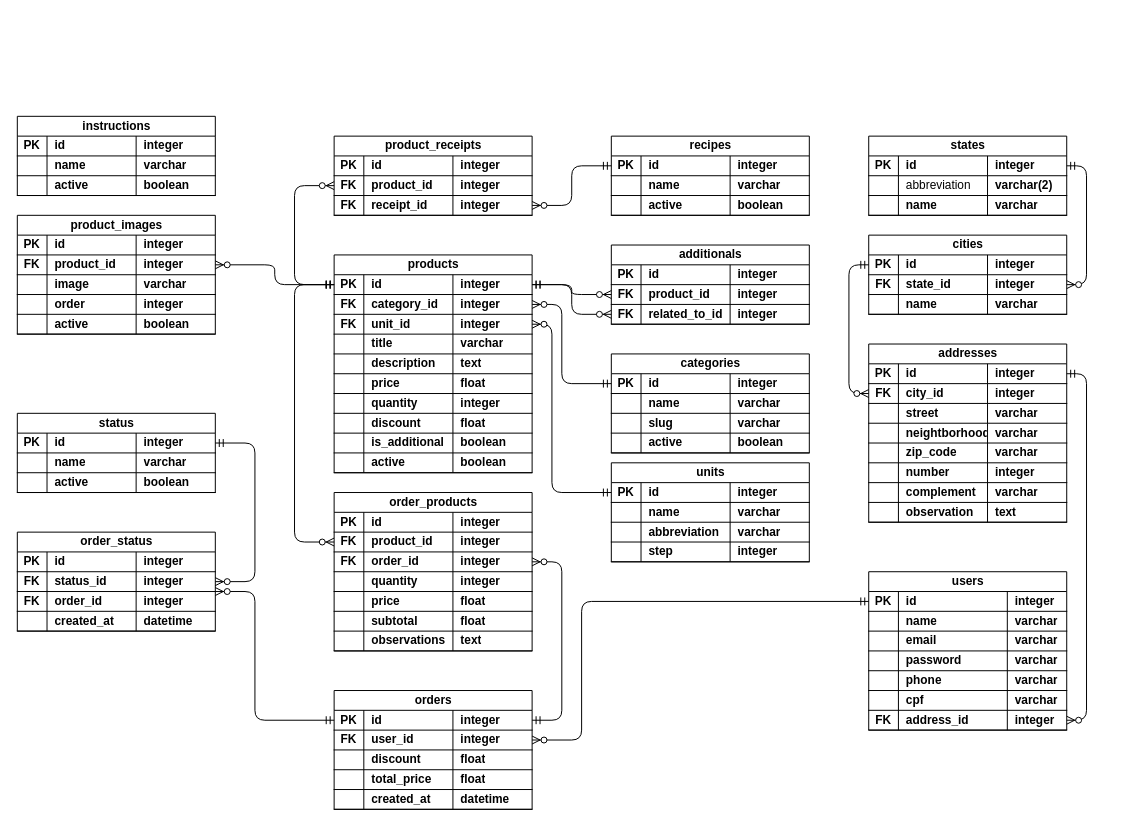
The draw.io diagram database/mer/UML.drawio in univesp-pium/apprestaurantes, before the edit. Source tidied: cells renumbered, new cells numbered last; positions are measured from the earlier drawing's top-left corner, leaving out a move shared by most shapes. Both pictures are drawn from the tidied source at 99%, with x=0, y=0 at pixel (17, 116).
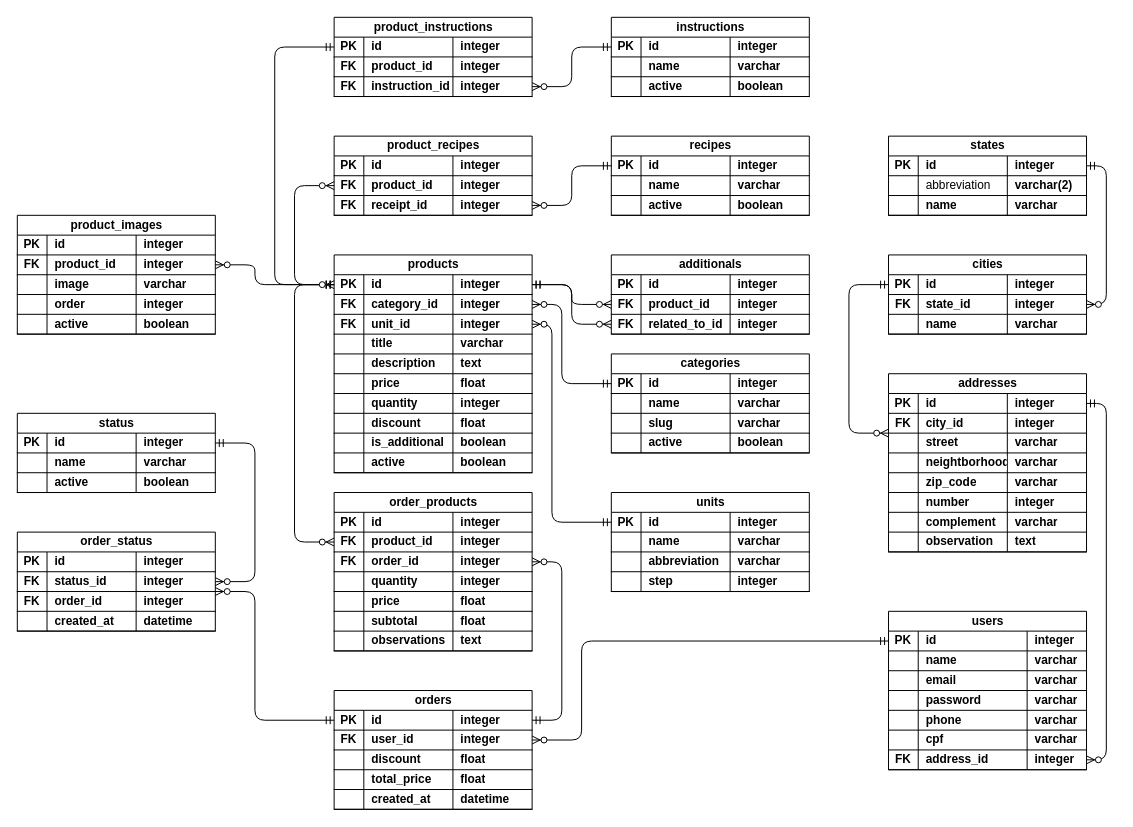
The same diagram, later.

Unchanged cells that the change refers to:
```xml
<mxCell id="27" style="shape=tableRow;horizontal=0;startSize=0;swimlaneHead=0;swimlaneBody=0;fillColor=none;points=[[0,0.5],[1,0.5]];portConstraint=eastwest;top=0;left=0;right=0;bottom=1;" parent="2" vertex="1">
  <mxGeometry y="140" width="200" height="20" as="geometry" />
</mxCell>
<mxCell id="112" style="shape=tableRow;horizontal=0;startSize=0;swimlaneHead=0;swimlaneBody=0;fillColor=none;points=[[0,0.5],[1,0.5]];portConstraint=eastwest;top=0;left=0;right=0;bottom=1;fontFamily=Helvetica;fontSize=12;fontColor=default;labelBackgroundColor=default;" parent="111" vertex="1">
  <mxGeometry y="20" width="200" height="20" as="geometry" />
</mxCell>
<mxCell id="174" style="shape=tableRow;horizontal=0;startSize=0;swimlaneHead=0;swimlaneBody=0;fillColor=none;points=[[0,0.5],[1,0.5]];portConstraint=eastwest;top=0;left=0;right=0;bottom=1;fontFamily=Helvetica;fontSize=12;fontColor=default;labelBackgroundColor=default;" parent="169" vertex="1">
  <mxGeometry y="40" width="200" height="20" as="geometry" />
</mxCell>
<mxCell id="191" style="shape=tableRow;horizontal=0;startSize=0;swimlaneHead=0;swimlaneBody=0;fillColor=none;points=[[0,0.5],[1,0.5]];portConstraint=eastwest;top=0;left=0;right=0;bottom=1;fontFamily=Helvetica;fontSize=12;fontColor=default;labelBackgroundColor=default;" parent="190" vertex="1">
  <mxGeometry y="20" width="200" height="20" as="geometry" />
</mxCell>
<mxCell id="228" style="shape=tableRow;horizontal=0;startSize=0;swimlaneHead=0;swimlaneBody=0;fillColor=none;points=[[0,0.5],[1,0.5]];portConstraint=eastwest;top=0;left=0;right=0;bottom=1;fontFamily=Helvetica;fontSize=12;fontColor=default;labelBackgroundColor=default;" parent="223" vertex="1">
  <mxGeometry y="40" width="200" height="20" as="geometry" />
</mxCell>
<mxCell id="237" style="shape=tableRow;horizontal=0;startSize=0;swimlaneHead=0;swimlaneBody=0;fillColor=none;points=[[0,0.5],[1,0.5]];portConstraint=eastwest;top=0;left=0;right=0;bottom=1;fontFamily=Helvetica;fontSize=12;fontColor=default;labelBackgroundColor=default;" parent="236" vertex="1">
  <mxGeometry y="20" width="200" height="20" as="geometry" />
</mxCell>
<mxCell id="321" style="shape=tableRow;horizontal=0;startSize=0;swimlaneHead=0;swimlaneBody=0;fillColor=none;points=[[0,0.5],[1,0.5]];portConstraint=eastwest;top=0;left=0;right=0;bottom=1;fontFamily=Helvetica;fontSize=12;fontColor=default;labelBackgroundColor=default;" parent="320" vertex="1">
  <mxGeometry y="20" width="200" height="20" as="geometry" />
</mxCell>
```

Diff of the diagram source:
```diff
@@
     <mxCell id="2" value="users" style="shape=table;startSize=20;childLayout=tableLayout;rowLines=0;fontStyle=1;align=center;html=1;" parent="1" vertex="1">
-      <mxGeometry x="860" y="460" width="200" height="160" as="geometry" />
+      <mxGeometry x="880" y="500" width="200" height="160" as="geometry" />
     </mxCell>
@@
     <mxCell id="190" value="addresses" style="shape=table;startSize=20;childLayout=tableLayout;rowLines=0;fontStyle=1;align=center;html=1;fontFamily=Helvetica;fontSize=12;fontColor=default;labelBackgroundColor=default;" parent="1" vertex="1">
-      <mxGeometry x="860" y="230" width="200" height="180" as="geometry" />
+      <mxGeometry x="880" y="260" width="200" height="180" as="geometry" />
     </mxCell>
@@
     <mxCell id="223" value="cities" style="shape=table;startSize=20;childLayout=tableLayout;rowLines=0;fontStyle=1;align=center;html=1;fontFamily=Helvetica;fontSize=12;fontColor=default;labelBackgroundColor=default;" parent="1" vertex="1">
-      <mxGeometry x="860" y="120" width="200" height="80" as="geometry" />
+      <mxGeometry x="880" y="140" width="200" height="80" as="geometry" />
     </mxCell>
@@
     <mxCell id="236" value="states" style="shape=table;startSize=20;childLayout=tableLayout;rowLines=0;fontStyle=1;align=center;html=1;fontFamily=Helvetica;fontSize=12;fontColor=default;labelBackgroundColor=default;" parent="1" vertex="1">
-      <mxGeometry x="860" y="20" width="200" height="80" as="geometry" />
+      <mxGeometry x="880" y="20" width="200" height="80" as="geometry" />
     </mxCell>
@@
     <mxCell id="250" style="edgeStyle=elbowEdgeStyle;curved=0;rounded=1;jettySize=auto;html=1;strokeColor=default;align=center;verticalAlign=middle;fontFamily=Helvetica;fontSize=12;fontColor=default;labelBackgroundColor=default;startArrow=ERmandOne;endArrow=ERzeroToMany;" parent="1" edge="1" source="237" target="228">
       <mxGeometry relative="1" as="geometry">
         <Array as="points">
-          <mxPoint x="1080" y="120" />
+          <mxPoint x="1100" y="120" />
         </Array>
       </mxGeometry>
     </mxCell>
@@
     <mxCell id="256" style="edgeStyle=elbowEdgeStyle;curved=0;rounded=1;jettySize=auto;html=1;strokeColor=default;align=center;verticalAlign=middle;fontFamily=Helvetica;fontSize=12;fontColor=default;labelBackgroundColor=default;startArrow=ERmandOne;endArrow=ERzeroToMany;" parent="1" edge="1" source="112" target="174">
-      <mxGeometry relative="1" as="geometry" />
+      <mxGeometry relative="1" as="geometry">
+        <Array as="points">
+          <mxPoint x="240" y="170" />
+        </Array>
+      </mxGeometry>
     </mxCell>
@@
     <mxCell id="258" style="edgeStyle=orthogonalEdgeStyle;rounded=1;jettySize=auto;html=1;strokeColor=default;align=center;verticalAlign=middle;fontFamily=Helvetica;fontSize=12;fontColor=default;labelBackgroundColor=default;startArrow=ERmandOne;endArrow=ERzeroToMany;" parent="1" edge="1" source="191" target="27">
       <mxGeometry relative="1" as="geometry">
         <Array as="points">
-          <mxPoint x="1080" y="260" />
-          <mxPoint x="1080" y="610" />
+          <mxPoint x="1100" y="290" />
+          <mxPoint x="1100" y="650" />
         </Array>
       </mxGeometry>
     </mxCell>
@@
-    <mxCell id="272" value="product_receipts" style="shape=table;startSize=20;childLayout=tableLayout;rowLines=0;fontStyle=1;align=center;html=1;fontFamily=Helvetica;fontSize=12;fontColor=default;labelBackgroundColor=default;" parent="1" vertex="1">
+    <mxCell id="272" value="product_recipes" style="shape=table;startSize=20;childLayout=tableLayout;rowLines=0;fontStyle=1;align=center;html=1;fontFamily=Helvetica;fontSize=12;fontColor=default;labelBackgroundColor=default;" parent="1" vertex="1">
       <mxGeometry x="320" y="20" width="200" height="80" as="geometry" />
     </mxCell>
@@
     <mxCell id="287" value="add&lt;span style=&quot;background-color: light-dark(#ffffff, var(--ge-dark-color, #121212));&quot;&gt;itionals&lt;/span&gt;" style="shape=table;startSize=20;childLayout=tableLayout;rowLines=0;fontStyle=1;align=center;html=1;fontFamily=Helvetica;fontSize=12;fontColor=default;labelBackgroundColor=default;" parent="1" vertex="1">
-      <mxGeometry x="600" y="130" width="200" height="80" as="geometry" />
+      <mxGeometry x="600" y="140" width="200" height="80" as="geometry" />
     </mxCell>
@@
     <mxCell id="302" value="units" style="shape=table;startSize=20;childLayout=tableLayout;rowLines=0;fontStyle=1;align=center;html=1;fontFamily=Helvetica;fontSize=12;fontColor=default;labelBackgroundColor=default;" parent="1" vertex="1">
-      <mxGeometry x="600" y="350" width="200" height="100" as="geometry" />
+      <mxGeometry x="600" y="380" width="200" height="100" as="geometry" />
     </mxCell>
@@
     <mxCell id="320" value="instructions" style="shape=table;startSize=20;childLayout=tableLayout;rowLines=0;fontStyle=1;align=center;html=1;fontFamily=Helvetica;fontSize=12;fontColor=default;labelBackgroundColor=default;" parent="1" vertex="1">
-      <mxGeometry width="200" height="80" as="geometry" />
+      <mxGeometry x="600" y="-100" width="200" height="80" as="geometry" />
     </mxCell>
@@
+    <mxCell id="333" value="product_instructions" style="shape=table;startSize=20;childLayout=tableLayout;rowLines=0;fontStyle=1;align=center;html=1;fontFamily=Helvetica;fontSize=12;fontColor=default;labelBackgroundColor=default;" parent="1" vertex="1">
+      <mxGeometry x="320" y="-100" width="200" height="80" as="geometry" />
+    </mxCell>
+    <mxCell id="334" style="shape=tableRow;horizontal=0;startSize=0;swimlaneHead=0;swimlaneBody=0;fillColor=none;points=[[0,0.5],[1,0.5]];portConstraint=eastwest;top=0;left=0;right=0;bottom=1;fontFamily=Helvetica;fontSize=12;fontColor=default;labelBackgroundColor=default;" parent="333" vertex="1">
+      <mxGeometry y="20" width="200" height="20" as="geometry" />
+    </mxCell>
+    <mxCell id="335" value="PK" style="shape=partialRectangle;fillColor=none;top=0;left=0;bottom=0;right=0;fontStyle=1;overflow=hidden;whiteSpace=wrap;html=1;fontFamily=Helvetica;fontSize=12;fontColor=default;labelBackgroundColor=default;" parent="334" vertex="1">
+      <mxGeometry width="30" height="20" as="geometry" />
+    </mxCell>
+    <mxCell id="336" value="id" style="shape=partialRectangle;fillColor=none;top=0;left=0;bottom=0;right=0;align=left;spacingLeft=6;fontStyle=1;overflow=hidden;whiteSpace=wrap;html=1;fontFamily=Helvetica;fontSize=12;fontColor=default;labelBackgroundColor=default;" parent="334" vertex="1">
+      <mxGeometry x="30" width="90" height="20" as="geometry" />
+    </mxCell>
+    <mxCell id="337" value="integer" style="shape=partialRectangle;fillColor=none;top=0;left=0;bottom=0;right=0;align=left;spacingLeft=6;fontStyle=1;overflow=hidden;whiteSpace=wrap;html=1;fontFamily=Helvetica;fontSize=12;fontColor=default;labelBackgroundColor=default;" parent="334" vertex="1">
+      <mxGeometry x="120" width="80" height="20" as="geometry" />
+    </mxCell>
+    <mxCell id="338" style="shape=tableRow;horizontal=0;startSize=0;swimlaneHead=0;swimlaneBody=0;fillColor=none;top=0;left=0;right=0;bottom=1;fontFamily=Helvetica;fontSize=12;fontColor=default;labelBackgroundColor=default;" parent="333" vertex="1">
+      <mxGeometry y="40" width="200" height="20" as="geometry" />
+    </mxCell>
+    <mxCell id="339" value="FK" style="shape=partialRectangle;fillColor=none;top=0;left=0;bottom=0;right=0;fontStyle=1;overflow=hidden;whiteSpace=wrap;html=1;fontFamily=Helvetica;fontSize=12;fontColor=default;labelBackgroundColor=default;" parent="338" vertex="1">
+      <mxGeometry width="30" height="20" as="geometry" />
+    </mxCell>
+    <mxCell id="340" value="product_id" style="shape=partialRectangle;fillColor=none;top=0;left=0;bottom=0;right=0;align=left;spacingLeft=6;fontStyle=1;overflow=hidden;whiteSpace=wrap;html=1;fontFamily=Helvetica;fontSize=12;fontColor=default;labelBackgroundColor=default;" parent="338" vertex="1">
+      <mxGeometry x="30" width="90" height="20" as="geometry" />
+    </mxCell>
+    <mxCell id="341" value="integer" style="shape=partialRectangle;fillColor=none;top=0;left=0;bottom=0;right=0;align=left;spacingLeft=6;fontStyle=1;overflow=hidden;whiteSpace=wrap;html=1;fontFamily=Helvetica;fontSize=12;fontColor=default;labelBackgroundColor=default;" parent="338" vertex="1">
+      <mxGeometry x="120" width="80" height="20" as="geometry" />
+    </mxCell>
+    <mxCell id="342" style="shape=tableRow;horizontal=0;startSize=0;swimlaneHead=0;swimlaneBody=0;fillColor=none;points=[[0,0.5],[1,0.5]];portConstraint=eastwest;top=0;left=0;right=0;bottom=1;fontFamily=Helvetica;fontSize=12;fontColor=default;labelBackgroundColor=default;" parent="333" vertex="1">
+      <mxGeometry y="60" width="200" height="20" as="geometry" />
+    </mxCell>
+    <mxCell id="343" value="FK" style="shape=partialRectangle;fillColor=none;top=0;left=0;bottom=0;right=0;fontStyle=1;overflow=hidden;whiteSpace=wrap;html=1;fontFamily=Helvetica;fontSize=12;fontColor=default;labelBackgroundColor=default;" parent="342" vertex="1">
+      <mxGeometry width="30" height="20" as="geometry" />
+    </mxCell>
+    <mxCell id="344" value="instruction_id" style="shape=partialRectangle;fillColor=none;top=0;left=0;bottom=0;right=0;align=left;spacingLeft=6;fontStyle=1;overflow=hidden;whiteSpace=wrap;html=1;fontFamily=Helvetica;fontSize=12;fontColor=default;labelBackgroundColor=default;" parent="342" vertex="1">
+      <mxGeometry x="30" width="90" height="20" as="geometry" />
+    </mxCell>
+    <mxCell id="345" value="integer" style="shape=partialRectangle;fillColor=none;top=0;left=0;bottom=0;right=0;align=left;spacingLeft=6;fontStyle=1;overflow=hidden;whiteSpace=wrap;html=1;fontFamily=Helvetica;fontSize=12;fontColor=default;labelBackgroundColor=default;" parent="342" vertex="1">
+      <mxGeometry x="120" width="80" height="20" as="geometry" />
+    </mxCell>
+    <mxCell id="346" style="edgeStyle=elbowEdgeStyle;shape=connector;curved=0;rounded=1;html=1;strokeColor=default;align=center;verticalAlign=middle;fontFamily=Helvetica;fontSize=12;fontColor=default;labelBackgroundColor=default;startArrow=ERmandOne;endArrow=ERzeroToMany;" parent="1" edge="1" source="321" target="342">
+      <mxGeometry relative="1" as="geometry" />
+    </mxCell>
+    <mxCell id="347" style="edgeStyle=elbowEdgeStyle;shape=connector;curved=0;rounded=1;html=1;strokeColor=default;align=center;verticalAlign=middle;fontFamily=Helvetica;fontSize=12;fontColor=default;labelBackgroundColor=default;startArrow=ERmandOne;endArrow=ERzeroToMany;" parent="1" edge="1" source="334" target="112">
+      <mxGeometry relative="1" as="geometry">
+        <Array as="points">
+          <mxPoint x="260" y="50" />
+        </Array>
+      </mxGeometry>
+    </mxCell>
```
